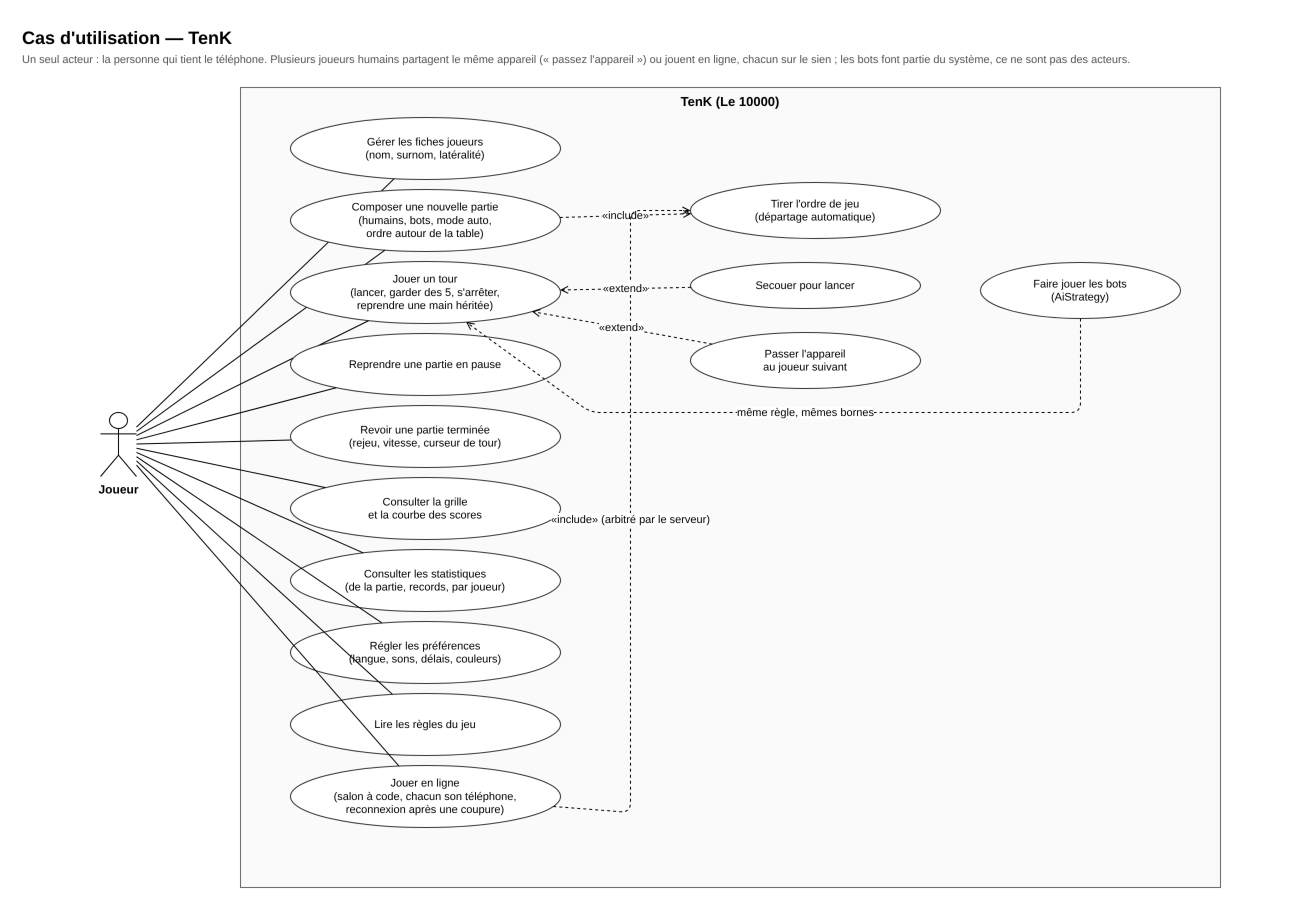
This is docs/uml/use-cases.png from microscotch/tenk, a draw.io export, as it was before one commit. Source tidied: cells renumbered, new cells last; positions are measured from the earlier drawing's top-left corner, leaving out a move shared by most shapes.
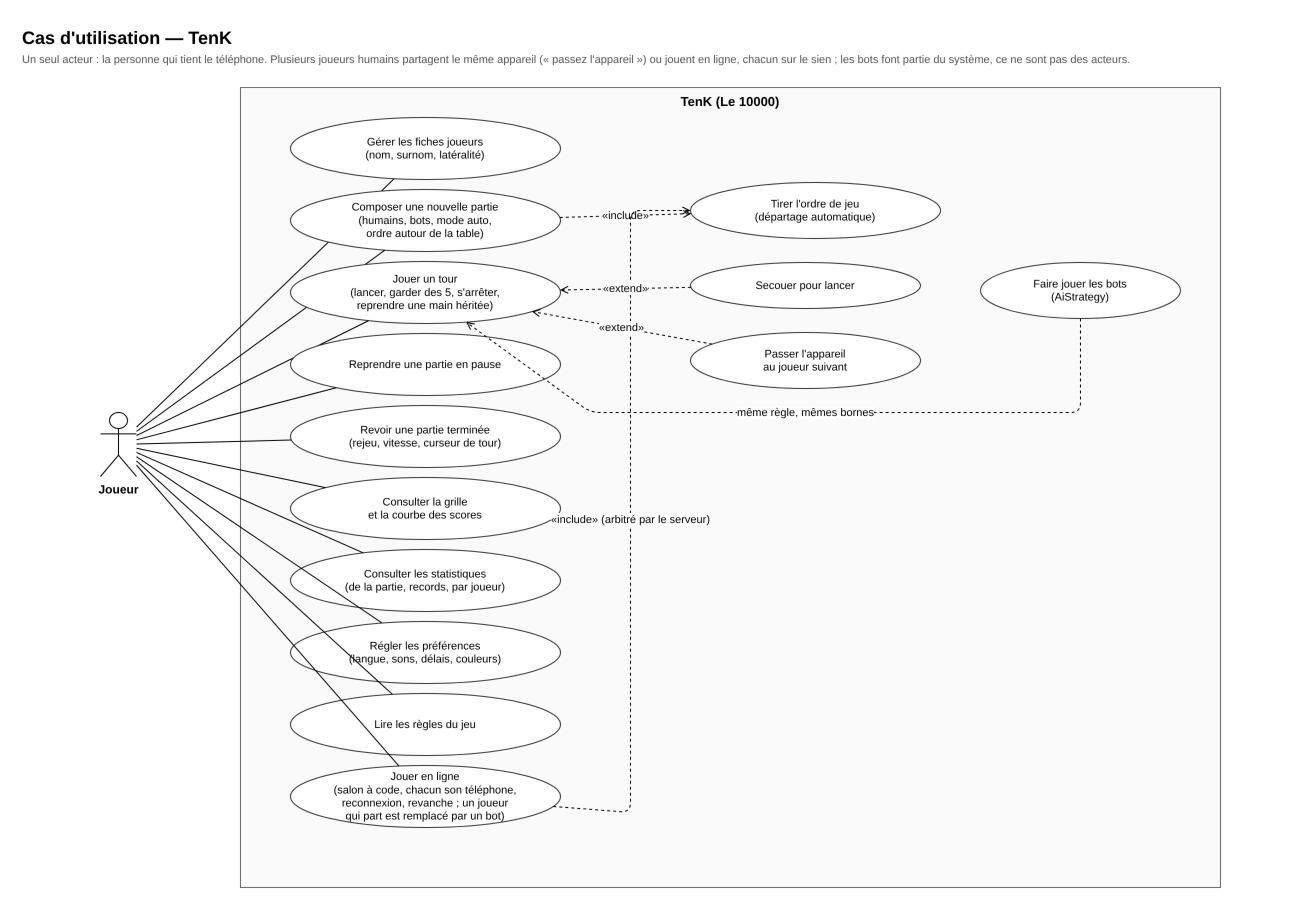
Above is the later version.

The edit, as a diff of the source:
```diff
@@ -68,7 +68,7 @@
     <mxCell id="23" style="endArrow=none;html=1;fontSize=11;labelBackgroundColor=#ffffff;" parent="1" edge="1" source="5" target="22">
       <mxGeometry relative="1" as="geometry" />
     </mxCell>
-    <mxCell id="24" value="Jouer en ligne&lt;br/&gt;(salon à code, chacun son téléphone,&lt;br/&gt;reconnexion après une coupure)" style="ellipse;whiteSpace=wrap;html=1;fontSize=11;fillColor=#ffffff;strokeColor=#333333;" parent="1" vertex="1">
+    <mxCell id="24" value="Jouer en ligne&lt;br/&gt;(salon à code, chacun son téléphone,&lt;br/&gt;reconnexion, revanche ; un joueur&lt;br/&gt;qui part est remplacé par un bot)" style="ellipse;whiteSpace=wrap;html=1;fontSize=11;fillColor=#ffffff;strokeColor=#333333;" parent="1" vertex="1">
       <mxGeometry x="270" y="745" width="270" height="62" as="geometry" />
     </mxCell>
     <mxCell id="25" style="endArrow=none;html=1;fontSize=11;labelBackgroundColor=#ffffff;" parent="1" edge="1" source="5" target="24">
```
